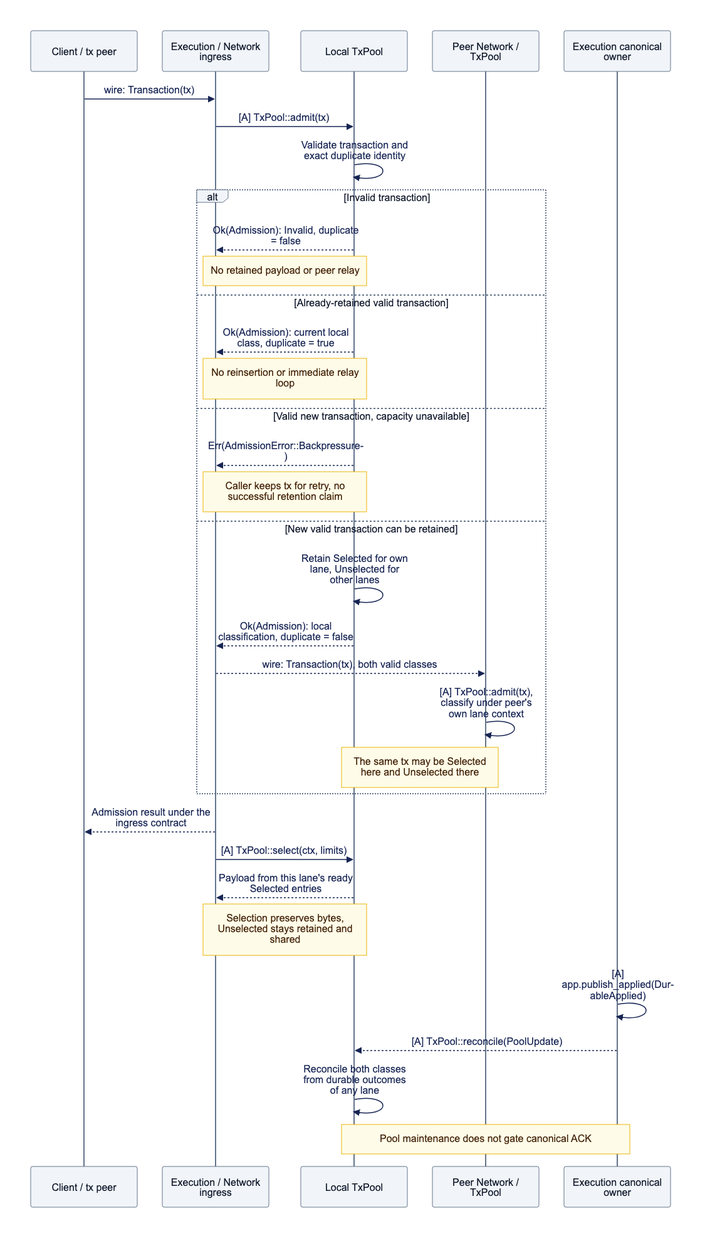
The Mermaid diagram docs/assets/diagrams/diagram-03.png in djm07073/baton, before a commit. Its source is kept beside it as docs/assets/diagrams/diagram-03.mmd.
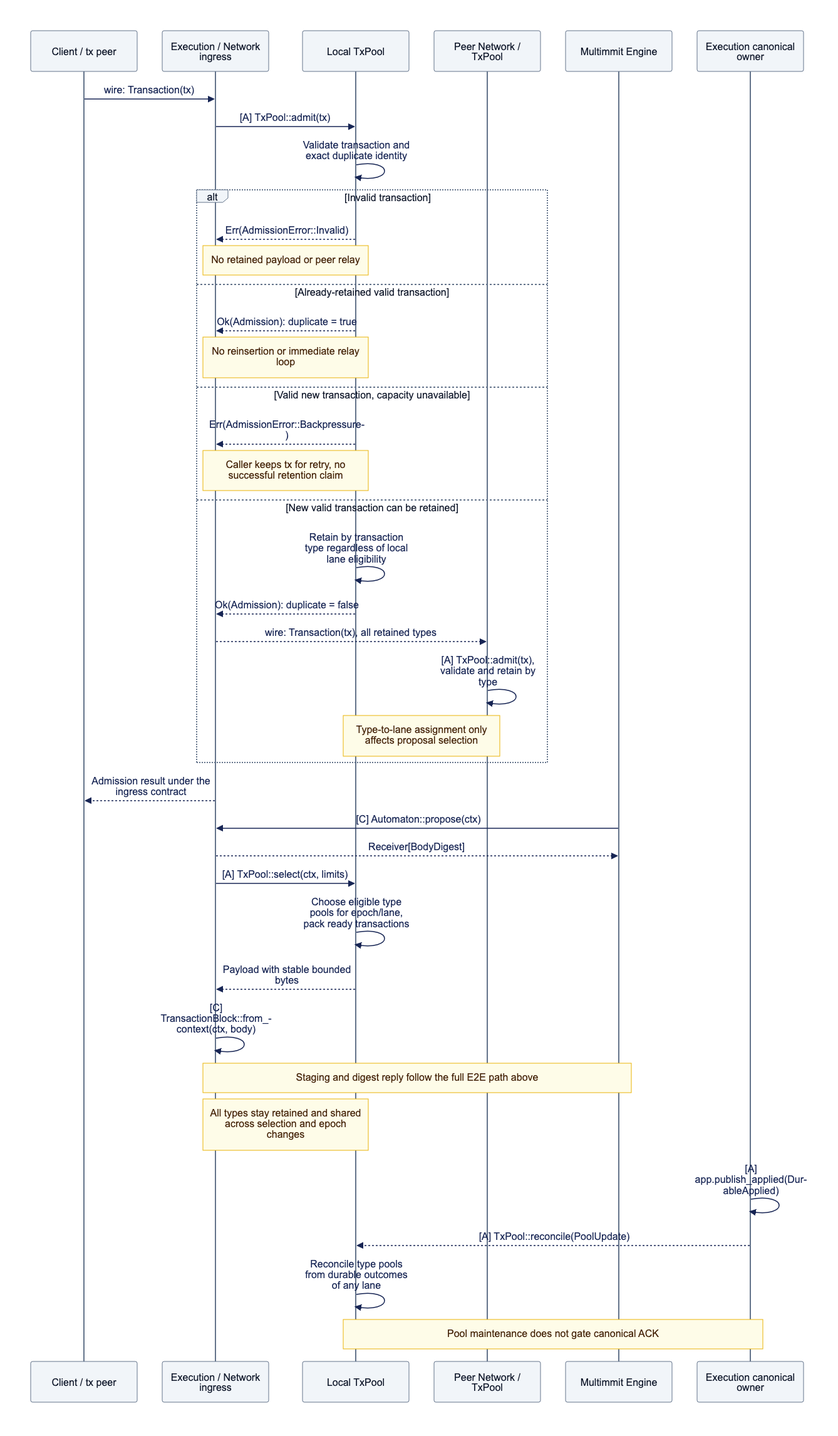
After the change.

Diff of the diagram source:
```diff
@@ -3,31 +3,37 @@
     participant A as Execution / Network ingress
     participant P as Local TxPool
     participant Q as Peer Network / TxPool
+    participant N as Multimmit Engine
     participant W as Execution canonical owner
     C->>A: wire: Transaction(tx)
     A->>P: [A] TxPool::admit(tx)
     P->>P: Validate transaction and exact duplicate identity
     alt Invalid transaction
-        P-->>A: Ok(Admission): Invalid, duplicate = false
+        P-->>A: Err(AdmissionError::Invalid)
         Note over A,P: No retained payload or peer relay
     else Already-retained valid transaction
-        P-->>A: Ok(Admission): current local class, duplicate = true
+        P-->>A: Ok(Admission): duplicate = true
         Note over A,P: No reinsertion or immediate relay loop
     else Valid new transaction, capacity unavailable
         P-->>A: Err(AdmissionError::Backpressure)
         Note over A,P: Caller keeps tx for retry, no successful retention claim
     else New valid transaction can be retained
-        P->>P: Retain Selected for own lane, Unselected for other lanes
-        P-->>A: Ok(Admission): local classification, duplicate = false
-        A-->>Q: wire: Transaction(tx), both valid classes
-        Q->>Q: [A] TxPool::admit(tx), classify under peer's own lane context
-        Note over P,Q: The same tx may be Selected here and Unselected there
+        P->>P: Retain by transaction type regardless of local lane eligibility
+        P-->>A: Ok(Admission): duplicate = false
+        A-->>Q: wire: Transaction(tx), all retained types
+        Q->>Q: [A] TxPool::admit(tx), validate and retain by type
+        Note over P,Q: Type-to-lane assignment only affects proposal selection
     end
     A-->>C: Admission result under the ingress contract
+    N->>A: [C] Automaton::propose(ctx)
+    A-->>N: Receiver[BodyDigest]
     A->>P: [A] TxPool::select(ctx, limits)
-    P-->>A: Payload from this lane's ready Selected entries
-    Note over A,P: Selection preserves bytes, Unselected stays retained and shared
+    P->>P: Choose eligible type pools for epoch/lane, pack ready transactions
+    P-->>A: Payload with stable bounded bytes
+    A->>A: [C] TransactionBlock::from_context(ctx, body)
+    Note over A,N: Staging and digest reply follow the full E2E path above
+    Note over A,P: All types stay retained and shared across selection and epoch changes
     W->>W: [A] app.publish_applied(DurableApplied)
     W-->>P: [A] TxPool::reconcile(PoolUpdate)
-    P->>P: Reconcile both classes from durable outcomes of any lane
+    P->>P: Reconcile type pools from durable outcomes of any lane
     Note over W,P: Pool maintenance does not gate canonical ACK
```
